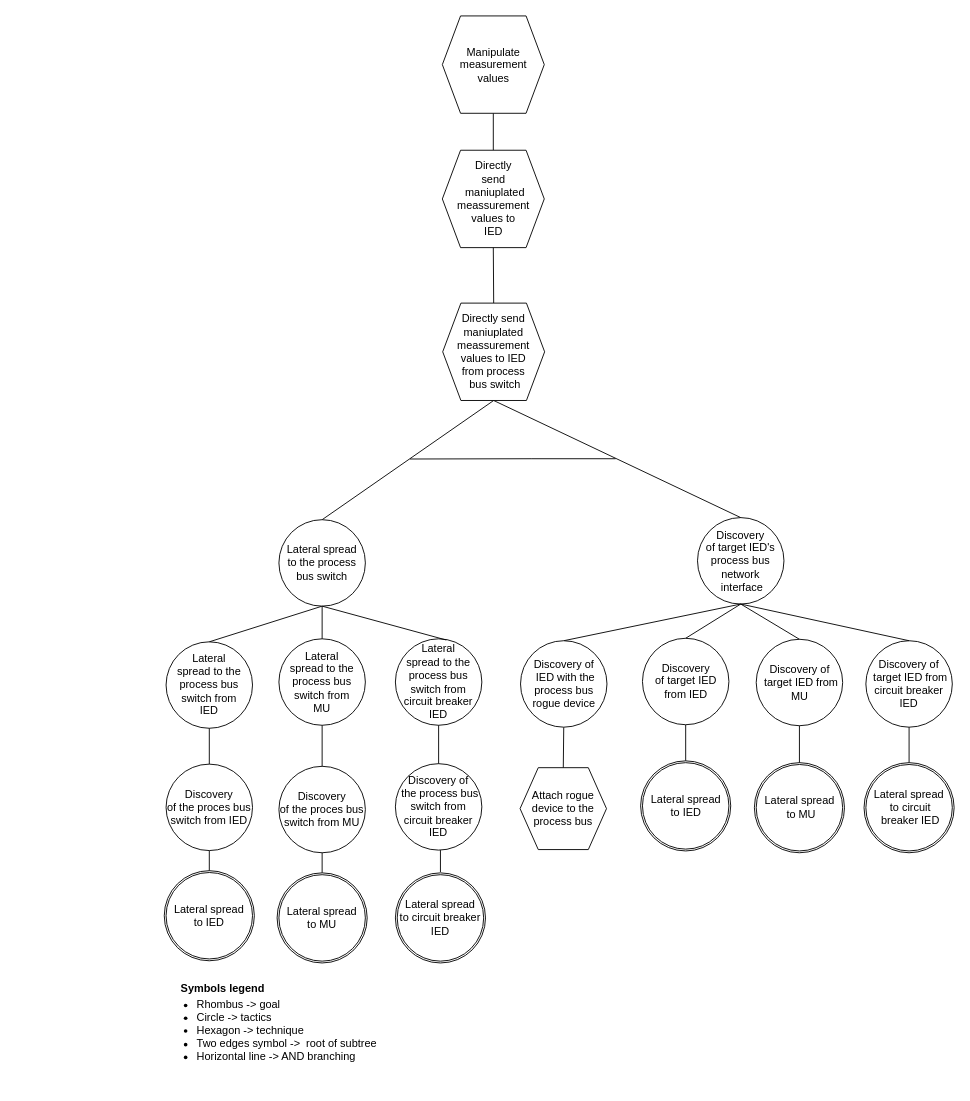
mihaelM/Attack_trees keeps this draw.io diagram as drawIO_trees/solution_3_1_2.drawio. Above is the earlier version. Source tidied: cells renumbered, new cells numbered last; positions are measured from the earlier drawing's top-left corner, leaving out a move shared by most shapes. Both pictures are drawn from the tidied source at 91%, with x=0, y=0 at pixel (158, 15).
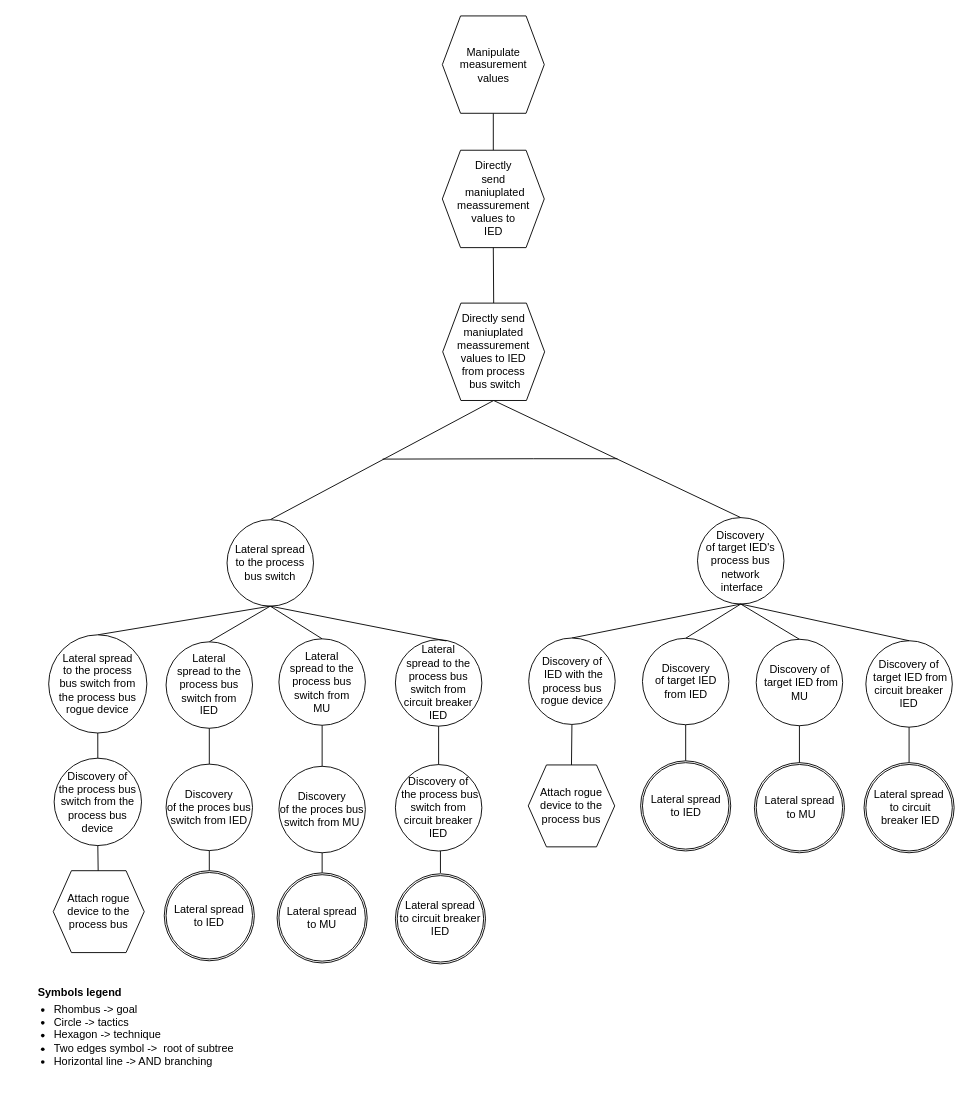
After the change.

Diff of the diagram source:
```diff
@@
     <mxCell id="2" value="&lt;font style=&quot;font-size: 12px&quot;&gt;Symbols legend&lt;/font&gt;" style="text;strokeColor=none;fillColor=none;html=1;fontSize=24;fontStyle=1;verticalAlign=middle;align=center;" parent="1" vertex="1">
-      <mxGeometry x="20" y="1044.7" width="100" height="40" as="geometry" />
+      <mxGeometry x="-137" y="1050" width="100" height="40" as="geometry" />
     </mxCell>
     <mxCell id="3" value="&lt;ul&gt;&lt;li&gt;&lt;span&gt;Rhombus -&amp;gt; goal&lt;/span&gt;&lt;/li&gt;&lt;li&gt;&lt;span&gt;Circle -&amp;gt; tactics&lt;/span&gt;&lt;br&gt;&lt;/li&gt;&lt;li&gt;Hexagon -&amp;gt; technique&lt;/li&gt;&lt;li&gt;Two edges symbol -&amp;gt;&amp;nbsp; root of subtree&lt;/li&gt;&lt;li&gt;Horizontal line -&amp;gt; AND branching&lt;/li&gt;&lt;/ul&gt;" style="text;strokeColor=none;fillColor=none;html=1;whiteSpace=wrap;verticalAlign=middle;overflow=hidden;fontSize=12;" parent="1" vertex="1">
-      <mxGeometry y="1059.7" width="256" height="110" as="geometry" />
+      <mxGeometry x="-157" y="1065" width="256" height="110" as="geometry" />
     </mxCell>
@@
     <mxCell id="22" style="endArrow=none;html=1;rounded=0;" parent="1" edge="1">
       <mxGeometry relative="1" as="geometry">
-        <mxPoint x="276" y="486.9" as="sourcePoint" />
-        <mxPoint x="502" y="486.6" as="targetPoint" />
+        <mxPoint x="246" y="487" as="sourcePoint" />
+        <mxPoint x="504" y="486.6" as="targetPoint" />
         <Array as="points">
-          <mxPoint x="410" y="486.6" />
+          <mxPoint x="412" y="486.6" />
         </Array>
       </mxGeometry>
     </mxCell>
@@
     <mxCell id="24" value="Attach rogue device to the process bus" style="shape=hexagon;perimeter=hexagonPerimeter2;whiteSpace=wrap;html=1;fixedSize=1;" parent="1" vertex="1">
-      <mxGeometry x="397" y="826.1" width="95" height="90" as="geometry" />
+      <mxGeometry x="406" y="823.1" width="95" height="90" as="geometry" />
     </mxCell>
@@
     <mxCell id="26" value="Discovery of&lt;br&gt;&amp;nbsp;IED with the process bus rogue device" style="ellipse;whiteSpace=wrap;html=1;" parent="1" vertex="1">
-      <mxGeometry x="397.5" y="686.6" width="95" height="95" as="geometry" />
+      <mxGeometry x="406.5" y="683.6" width="95" height="95" as="geometry" />
     </mxCell>
@@
     <mxCell id="32" value="Lateral spread &lt;br&gt;to the process bus switch" style="ellipse;whiteSpace=wrap;html=1;" parent="1" vertex="1">
-      <mxGeometry x="132" y="553.6" width="95" height="95" as="geometry" />
+      <mxGeometry x="75" y="553.6" width="95" height="95" as="geometry" />
     </mxCell>
@@
     <mxCell id="37" value="Discovery of&lt;br&gt;&amp;nbsp;the process&amp;nbsp;bus switch from circuit breaker IED" style="ellipse;whiteSpace=wrap;html=1;" parent="1" vertex="1">
-      <mxGeometry x="260" y="821.7" width="95" height="95" as="geometry" />
+      <mxGeometry x="260" y="822.7" width="95" height="95" as="geometry" />
     </mxCell>
     <mxCell id="38" value="Lateral&lt;br&gt;&amp;nbsp;spread to the&amp;nbsp;&lt;br&gt;process bus switch from &lt;br&gt;circuit breaker IED" style="ellipse;whiteSpace=wrap;html=1;" parent="1" vertex="1">
-      <mxGeometry x="260" y="684.5" width="95" height="95" as="geometry" />
+      <mxGeometry x="260" y="685.5" width="95" height="95" as="geometry" />
     </mxCell>
@@
     <mxCell id="45" style="endArrow=none;html=1;rounded=0;exitX=0.5;exitY=1;exitDx=0;exitDy=0;" parent="1" edge="1">
       <mxGeometry relative="1" as="geometry">
-        <mxPoint x="309.5" y="916.7" as="sourcePoint" />
-        <mxPoint x="309.5" y="940.8" as="targetPoint" />
+        <mxPoint x="309.5" y="917.7" as="sourcePoint" />
+        <mxPoint x="309.5" y="941.8" as="targetPoint" />
       </mxGeometry>
     </mxCell>
     <mxCell id="46" style="ellipse;whiteSpace=wrap;html=1;" parent="1" vertex="1">
-      <mxGeometry x="260" y="941.7" width="99" height="99" as="geometry" />
+      <mxGeometry x="260" y="942.7" width="99" height="99" as="geometry" />
     </mxCell>
     <mxCell id="47" value="Lateral spread&lt;br&gt;to circuit breaker IED" style="ellipse;whiteSpace=wrap;html=1;" parent="1" vertex="1">
-      <mxGeometry x="262" y="943.7" width="95" height="95" as="geometry" />
+      <mxGeometry x="262" y="944.7" width="95" height="95" as="geometry" />
     </mxCell>
@@
+    <mxCell id="54" style="endArrow=none;html=1;rounded=0;entryX=0.5;entryY=0;entryDx=0;entryDy=0;exitX=0.5;exitY=1;exitDx=0;exitDy=0;" parent="1" edge="1" source="32" target="55">
+      <mxGeometry relative="1" as="geometry" />
+    </mxCell>
+    <mxCell id="55" value="Lateral spread &lt;br&gt;to the process &lt;br&gt;bus switch from &lt;br&gt;the process bus&lt;br&gt;rogue device" style="ellipse;whiteSpace=wrap;html=1;" parent="1" vertex="1">
+      <mxGeometry x="-121" y="680.1" width="107.9" height="107.9" as="geometry" />
+    </mxCell>
+    <mxCell id="56" value="Discovery of &lt;br&gt;the process bus switch from the process bus device" style="ellipse;whiteSpace=wrap;html=1;" parent="1" vertex="1">
+      <mxGeometry x="-115" y="815.7" width="96" height="96" as="geometry" />
+    </mxCell>
+    <mxCell id="57" value="Attach rogue device to the process bus" style="shape=hexagon;perimeter=hexagonPerimeter2;whiteSpace=wrap;html=1;fixedSize=1;" parent="1" vertex="1">
+      <mxGeometry x="-116" y="939.3" width="100" height="90" as="geometry" />
+    </mxCell>
+    <mxCell id="58" style="endArrow=none;html=1;rounded=0;entryX=0.5;entryY=1;entryDx=0;entryDy=0;" parent="1" edge="1" source="57" target="56">
+      <mxGeometry relative="1" as="geometry" />
+    </mxCell>
+    <mxCell id="59" style="endArrow=none;html=1;rounded=0;entryX=0.5;entryY=1;entryDx=0;entryDy=0;" parent="1" edge="1" source="56" target="55">
+      <mxGeometry relative="1" as="geometry" />
+    </mxCell>
```
